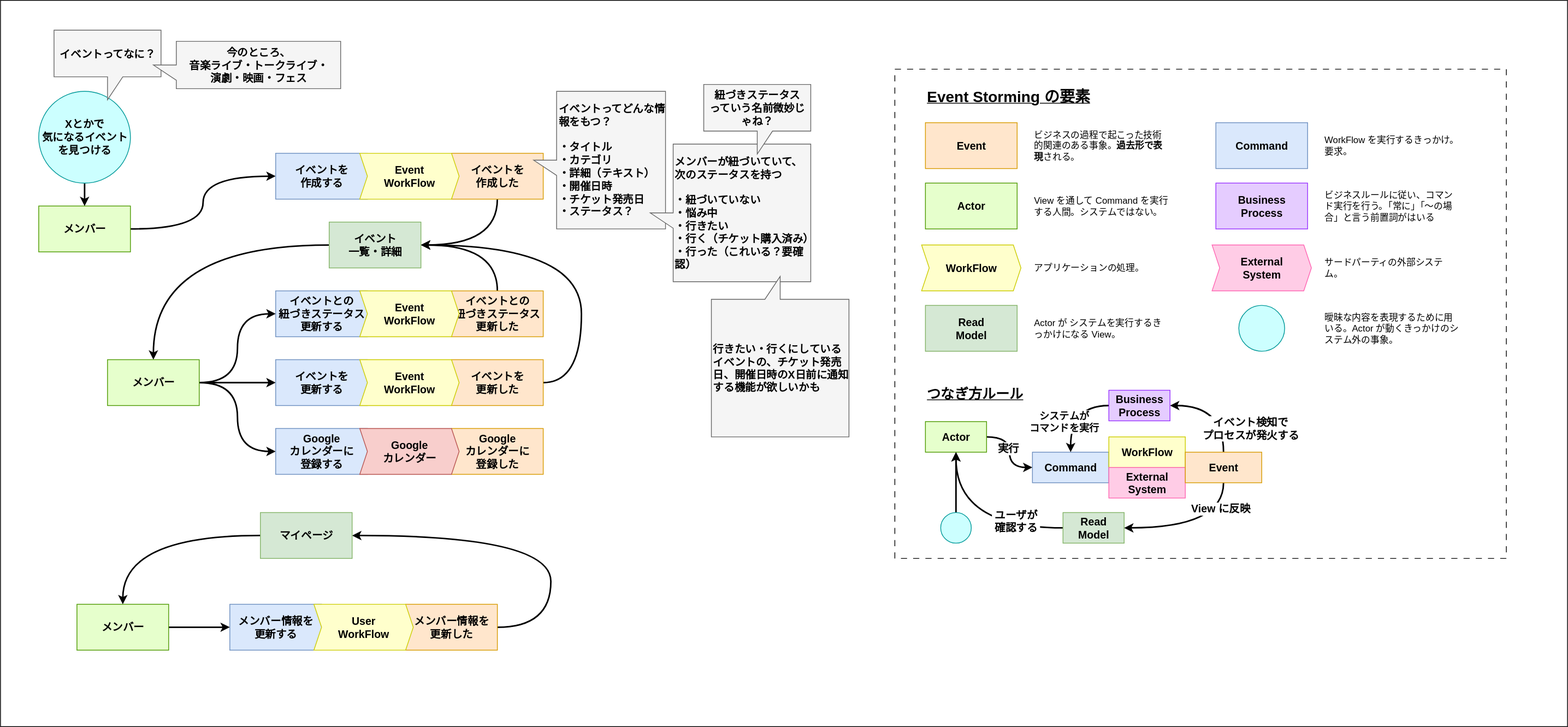
Above: event_storming.drawio.svg in nw-union/betree (draw.io), before the change. Source tidied: cells renumbered, new cells last; positions are measured from the earlier drawing's top-left corner, leaving out a move shared by most shapes.
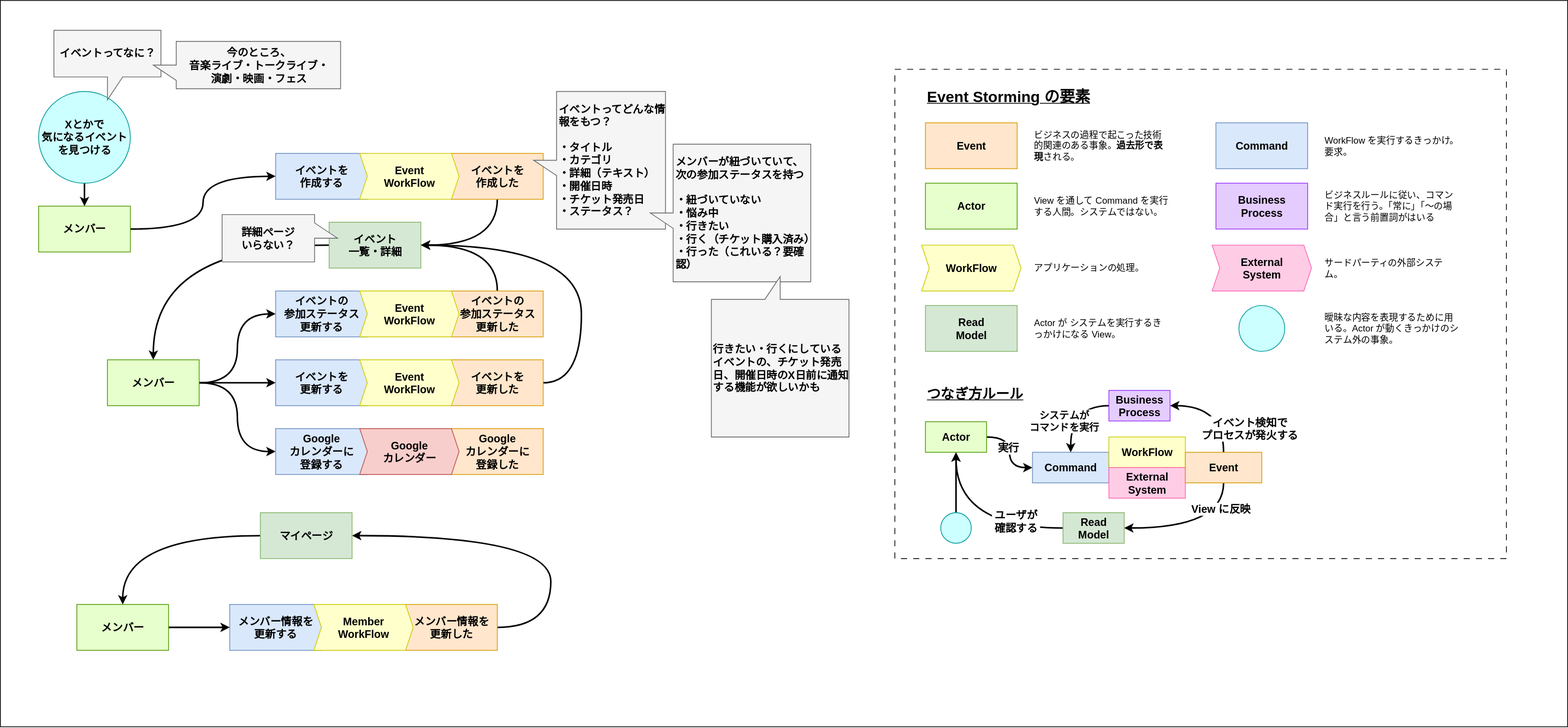
The same diagram one commit later.

Change to the diagram source:
```diff
@@ -115,7 +115,7 @@
     <mxCell id="36" style="edgeStyle=orthogonalEdgeStyle;rounded=0;jettySize=auto;html=1;entryX=1;entryY=0.5;entryDx=0;entryDy=0;curved=1;strokeWidth=2;exitX=0.5;exitY=0;exitDx=0;exitDy=0;" parent="1" edge="1" source="37" target="46">
       <mxGeometry relative="1" as="geometry" />
     </mxCell>
-    <mxCell id="37" value="&lt;span style=&quot;font-size: 14px;&quot;&gt;&lt;b&gt;イベントとの&lt;/b&gt;&lt;/span&gt;&lt;div&gt;&lt;span style=&quot;font-size: 14px;&quot;&gt;&lt;b&gt;紐づきステータス&lt;/b&gt;&lt;/span&gt;&lt;/div&gt;&lt;div&gt;&lt;span style=&quot;font-size: 14px;&quot;&gt;&lt;b&gt;更新した&lt;/b&gt;&lt;/span&gt;&lt;/div&gt;" style="rounded=0;whiteSpace=wrap;html=1;fillColor=#ffe6cc;strokeColor=#d79b00;" parent="1" vertex="1">
+    <mxCell id="37" value="&lt;span style=&quot;font-size: 14px;&quot;&gt;&lt;b&gt;イベントの&lt;/b&gt;&lt;/span&gt;&lt;div&gt;&lt;span style=&quot;font-size: 14px;&quot;&gt;&lt;b&gt;参加ステータス&lt;/b&gt;&lt;/span&gt;&lt;/div&gt;&lt;div&gt;&lt;span style=&quot;font-size: 14px;&quot;&gt;&lt;b&gt;更新した&lt;/b&gt;&lt;/span&gt;&lt;/div&gt;" style="rounded=0;whiteSpace=wrap;html=1;fillColor=#ffe6cc;strokeColor=#d79b00;" parent="1" vertex="1">
       <mxGeometry x="590" y="380" width="120" height="60" as="geometry" />
     </mxCell>
     <mxCell id="38" style="edgeStyle=orthogonalEdgeStyle;rounded=0;jettySize=auto;html=1;entryX=1;entryY=0.5;entryDx=0;entryDy=0;curved=1;exitX=0.5;exitY=1;exitDx=0;exitDy=0;strokeWidth=2;" parent="1" edge="1" source="39" target="46">
@@ -133,7 +133,7 @@
     <mxCell id="42" value="&lt;span style=&quot;font-size: 14px;&quot;&gt;&lt;b&gt;イベントを&lt;/b&gt;&lt;/span&gt;&lt;div&gt;&lt;span style=&quot;font-size: 14px;&quot;&gt;&lt;b&gt;作成する&lt;/b&gt;&lt;/span&gt;&lt;/div&gt;" style="rounded=0;whiteSpace=wrap;html=1;fillColor=#dae8fc;strokeColor=#6c8ebf;" parent="1" vertex="1">
       <mxGeometry x="360" y="200" width="120" height="60" as="geometry" />
     </mxCell>
-    <mxCell id="43" value="&lt;span style=&quot;font-size: 14px;&quot;&gt;&lt;b&gt;イベントとの&lt;/b&gt;&lt;/span&gt;&lt;div&gt;&lt;span style=&quot;font-size: 14px;&quot;&gt;&lt;b&gt;紐づきステータス&lt;/b&gt;&lt;/span&gt;&lt;/div&gt;&lt;div&gt;&lt;span style=&quot;font-size: 14px;&quot;&gt;&lt;b&gt;更新する&lt;/b&gt;&lt;/span&gt;&lt;/div&gt;" style="rounded=0;whiteSpace=wrap;html=1;fillColor=#dae8fc;strokeColor=#6c8ebf;" parent="1" vertex="1">
+    <mxCell id="43" value="&lt;span style=&quot;font-size: 14px;&quot;&gt;&lt;b&gt;イベントの&lt;/b&gt;&lt;/span&gt;&lt;div&gt;&lt;span style=&quot;font-size: 14px;&quot;&gt;&lt;b&gt;参加ステータス&lt;/b&gt;&lt;/span&gt;&lt;/div&gt;&lt;div&gt;&lt;span style=&quot;font-size: 14px;&quot;&gt;&lt;b&gt;更新する&lt;/b&gt;&lt;/span&gt;&lt;/div&gt;" style="rounded=0;whiteSpace=wrap;html=1;fillColor=#dae8fc;strokeColor=#6c8ebf;" parent="1" vertex="1">
       <mxGeometry x="360" y="380" width="120" height="60" as="geometry" />
     </mxCell>
     <mxCell id="44" style="edgeStyle=orthogonalEdgeStyle;rounded=0;jettySize=auto;html=1;entryX=0.5;entryY=0;entryDx=0;entryDy=0;strokeWidth=2;exitX=0.5;exitY=1;exitDx=0;exitDy=0;" parent="1" edge="1" source="58" target="41">
@@ -190,7 +190,7 @@
     <mxCell id="61" value="&lt;font color=&quot;#000000&quot;&gt;&lt;span style=&quot;font-size: 14px;&quot;&gt;&lt;b&gt;イベントってどんな情報をもつ？&lt;/b&gt;&lt;/span&gt;&lt;/font&gt;&lt;div&gt;&lt;font color=&quot;#000000&quot;&gt;&lt;span style=&quot;font-size: 14px;&quot;&gt;&lt;b&gt;&lt;br&gt;&lt;/b&gt;&lt;/span&gt;&lt;/font&gt;&lt;div&gt;&lt;font color=&quot;#000000&quot;&gt;&lt;span style=&quot;font-size: 14px;&quot;&gt;&lt;b&gt;・タイトル&lt;/b&gt;&lt;/span&gt;&lt;/font&gt;&lt;/div&gt;&lt;div style=&quot;&quot;&gt;&lt;font color=&quot;#000000&quot;&gt;&lt;span style=&quot;font-size: 14px;&quot;&gt;&lt;b&gt;・カテゴリ&lt;/b&gt;&lt;/span&gt;&lt;/font&gt;&lt;/div&gt;&lt;div style=&quot;&quot;&gt;&lt;font color=&quot;#000000&quot;&gt;&lt;span style=&quot;font-size: 14px;&quot;&gt;&lt;b&gt;・詳細（テキスト）&lt;/b&gt;&lt;/span&gt;&lt;/font&gt;&lt;/div&gt;&lt;div style=&quot;&quot;&gt;&lt;font color=&quot;#000000&quot;&gt;&lt;span style=&quot;font-size: 14px;&quot;&gt;&lt;b&gt;・開催日時&lt;/b&gt;&lt;/span&gt;&lt;/font&gt;&lt;/div&gt;&lt;div style=&quot;&quot;&gt;&lt;font color=&quot;#000000&quot;&gt;&lt;span style=&quot;font-size: 14px;&quot;&gt;&lt;b&gt;・チケット発売日&lt;/b&gt;&lt;/span&gt;&lt;/font&gt;&lt;/div&gt;&lt;/div&gt;&lt;div style=&quot;&quot;&gt;&lt;font color=&quot;#000000&quot;&gt;&lt;span style=&quot;font-size: 14px;&quot;&gt;&lt;b&gt;・ステータス？&lt;/b&gt;&lt;/span&gt;&lt;/font&gt;&lt;/div&gt;" style="shape=callout;whiteSpace=wrap;html=1;perimeter=calloutPerimeter;fillColor=#f5f5f5;fontColor=#333333;strokeColor=#666666;base=20;direction=south;align=left;" parent="1" vertex="1">
       <mxGeometry x="697.5" y="119" width="172.5" height="180" as="geometry" />
     </mxCell>
-    <mxCell id="62" value="&lt;font color=&quot;#000000&quot;&gt;&lt;span style=&quot;font-size: 14px;&quot;&gt;&lt;b&gt;メンバーが紐づいていて、&lt;/b&gt;&lt;/span&gt;&lt;/font&gt;&lt;div&gt;&lt;font color=&quot;#000000&quot;&gt;&lt;span style=&quot;font-size: 14px;&quot;&gt;&lt;b&gt;次のステータスを持つ&lt;/b&gt;&lt;/span&gt;&lt;/font&gt;&lt;/div&gt;&lt;div&gt;&lt;font color=&quot;#000000&quot;&gt;&lt;span style=&quot;font-size: 14px;&quot;&gt;&lt;b&gt;&lt;br&gt;&lt;/b&gt;&lt;/span&gt;&lt;/font&gt;&lt;div&gt;&lt;font color=&quot;#000000&quot;&gt;&lt;span style=&quot;font-size: 14px;&quot;&gt;&lt;b&gt;・紐づいていない&lt;/b&gt;&lt;/span&gt;&lt;/font&gt;&lt;/div&gt;&lt;div&gt;&lt;font color=&quot;#000000&quot;&gt;&lt;span style=&quot;font-size: 14px;&quot;&gt;&lt;b&gt;・悩み中&lt;/b&gt;&lt;/span&gt;&lt;/font&gt;&lt;/div&gt;&lt;div&gt;&lt;font color=&quot;#000000&quot;&gt;&lt;span style=&quot;font-size: 14px;&quot;&gt;&lt;b&gt;・行きたい&lt;/b&gt;&lt;/span&gt;&lt;/font&gt;&lt;/div&gt;&lt;div&gt;&lt;font color=&quot;#000000&quot;&gt;&lt;span style=&quot;font-size: 14px;&quot;&gt;&lt;b&gt;・行く（チケット購入済み）&lt;/b&gt;&lt;/span&gt;&lt;/font&gt;&lt;/div&gt;&lt;div&gt;&lt;font color=&quot;#000000&quot;&gt;&lt;span style=&quot;font-size: 14px;&quot;&gt;&lt;b&gt;・行った（これいる？要確認）&lt;/b&gt;&lt;/span&gt;&lt;/font&gt;&lt;/div&gt;&lt;/div&gt;" style="shape=callout;whiteSpace=wrap;html=1;perimeter=calloutPerimeter;fillColor=#f5f5f5;fontColor=#333333;strokeColor=#666666;base=20;direction=south;align=left;" parent="1" vertex="1">
+    <mxCell id="62" value="&lt;font color=&quot;#000000&quot;&gt;&lt;span style=&quot;font-size: 14px;&quot;&gt;&lt;b&gt;メンバーが紐づいていて、&lt;/b&gt;&lt;/span&gt;&lt;/font&gt;&lt;div&gt;&lt;font color=&quot;#000000&quot;&gt;&lt;span style=&quot;font-size: 14px;&quot;&gt;&lt;b&gt;次の参加ステータスを持つ&lt;/b&gt;&lt;/span&gt;&lt;/font&gt;&lt;/div&gt;&lt;div&gt;&lt;font color=&quot;#000000&quot;&gt;&lt;span style=&quot;font-size: 14px;&quot;&gt;&lt;b&gt;&lt;br&gt;&lt;/b&gt;&lt;/span&gt;&lt;/font&gt;&lt;div&gt;&lt;font color=&quot;#000000&quot;&gt;&lt;span style=&quot;font-size: 14px;&quot;&gt;&lt;b&gt;・紐づいていない&lt;/b&gt;&lt;/span&gt;&lt;/font&gt;&lt;/div&gt;&lt;div&gt;&lt;font color=&quot;#000000&quot;&gt;&lt;span style=&quot;font-size: 14px;&quot;&gt;&lt;b&gt;・悩み中&lt;/b&gt;&lt;/span&gt;&lt;/font&gt;&lt;/div&gt;&lt;div&gt;&lt;font color=&quot;#000000&quot;&gt;&lt;span style=&quot;font-size: 14px;&quot;&gt;&lt;b&gt;・行きたい&lt;/b&gt;&lt;/span&gt;&lt;/font&gt;&lt;/div&gt;&lt;div&gt;&lt;font color=&quot;#000000&quot;&gt;&lt;span style=&quot;font-size: 14px;&quot;&gt;&lt;b&gt;・行く（チケット購入済み）&lt;/b&gt;&lt;/span&gt;&lt;/font&gt;&lt;/div&gt;&lt;div&gt;&lt;font color=&quot;#000000&quot;&gt;&lt;span style=&quot;font-size: 14px;&quot;&gt;&lt;b&gt;・行った（これいる？要確認）&lt;/b&gt;&lt;/span&gt;&lt;/font&gt;&lt;/div&gt;&lt;/div&gt;" style="shape=callout;whiteSpace=wrap;html=1;perimeter=calloutPerimeter;fillColor=#f5f5f5;fontColor=#333333;strokeColor=#666666;base=20;direction=south;align=left;" parent="1" vertex="1">
       <mxGeometry x="850" y="188" width="210" height="180" as="geometry" />
     </mxCell>
     <mxCell id="63" style="edgeStyle=orthogonalEdgeStyle;rounded=0;jettySize=auto;html=1;curved=1;strokeWidth=2;" parent="1" edge="1" source="64">
@@ -234,7 +234,7 @@
     <mxCell id="72" value="&lt;span style=&quot;font-size: 14px;&quot;&gt;&lt;b&gt;メンバー情報を&lt;/b&gt;&lt;/span&gt;&lt;div&gt;&lt;span style=&quot;font-size: 14px;&quot;&gt;&lt;b&gt;更新する&lt;/b&gt;&lt;/span&gt;&lt;/div&gt;" style="rounded=0;whiteSpace=wrap;html=1;fillColor=#dae8fc;strokeColor=#6c8ebf;" parent="1" vertex="1">
       <mxGeometry x="300" y="790" width="120" height="60" as="geometry" />
     </mxCell>
-    <mxCell id="73" value="&lt;div&gt;&lt;b style=&quot;background-color: transparent; color: light-dark(rgb(0, 0, 0), rgb(255, 255, 255));&quot;&gt;&lt;font style=&quot;font-size: 14px;&quot;&gt;User&lt;/font&gt;&lt;/b&gt;&lt;/div&gt;&lt;div&gt;&lt;b style=&quot;background-color: transparent; color: light-dark(rgb(0, 0, 0), rgb(255, 255, 255));&quot;&gt;&lt;font style=&quot;font-size: 14px;&quot;&gt;WorkFlow&lt;/font&gt;&lt;/b&gt;&lt;/div&gt;" style="shape=step;perimeter=stepPerimeter;whiteSpace=wrap;html=1;fixedSize=1;fillColor=#FFFFCC;strokeColor=#CCCC00;size=10;" parent="1" vertex="1">
+    <mxCell id="73" value="&lt;div&gt;&lt;span style=&quot;font-size: 14px;&quot;&gt;&lt;b&gt;Member&lt;/b&gt;&lt;/span&gt;&lt;/div&gt;&lt;div&gt;&lt;b style=&quot;background-color: transparent; color: light-dark(rgb(0, 0, 0), rgb(255, 255, 255));&quot;&gt;&lt;font style=&quot;font-size: 14px;&quot;&gt;WorkFlow&lt;/font&gt;&lt;/b&gt;&lt;/div&gt;" style="shape=step;perimeter=stepPerimeter;whiteSpace=wrap;html=1;fixedSize=1;fillColor=#FFFFCC;strokeColor=#CCCC00;size=10;" parent="1" vertex="1">
       <mxGeometry x="410" y="790" width="130" height="60" as="geometry" />
     </mxCell>
     <mxCell id="74" style="edgeStyle=orthogonalEdgeStyle;rounded=0;jettySize=auto;html=1;curved=1;strokeWidth=2;" parent="1" edge="1" source="75" target="72">
@@ -252,8 +252,8 @@
     <mxCell id="78" value="&lt;font color=&quot;#000000&quot;&gt;&lt;span style=&quot;font-size: 14px;&quot;&gt;&lt;b&gt;行きたい・行くにしているイベントの、チケット発売日、開催日時のX日前に通知する機能が欲しいかも&lt;/b&gt;&lt;/span&gt;&lt;/font&gt;" style="shape=callout;whiteSpace=wrap;html=1;perimeter=calloutPerimeter;fillColor=#f5f5f5;fontColor=#333333;strokeColor=#666666;base=20;direction=west;align=left;" parent="1" vertex="1">
       <mxGeometry x="930" y="361" width="180" height="210" as="geometry" />
     </mxCell>
-    <mxCell id="79" value="&lt;font color=&quot;#000000&quot;&gt;&lt;span style=&quot;font-size: 14px;&quot;&gt;&lt;b&gt;紐づきステータス&lt;/b&gt;&lt;/span&gt;&lt;/font&gt;&lt;div&gt;&lt;font color=&quot;#000000&quot;&gt;&lt;span style=&quot;font-size: 14px;&quot;&gt;&lt;b&gt;っていう名前微妙じゃね？&lt;/b&gt;&lt;/span&gt;&lt;/font&gt;&lt;/div&gt;" style="shape=callout;whiteSpace=wrap;html=1;perimeter=calloutPerimeter;fillColor=#f5f5f5;fontColor=#333333;strokeColor=#666666;base=20;" parent="1" vertex="1">
-      <mxGeometry x="920" y="110" width="140" height="91" as="geometry" />
-    </mxCell>
+    <mxCell id="80" value="&lt;font color=&quot;#000000&quot;&gt;&lt;span style=&quot;font-size: 14px;&quot;&gt;&lt;b&gt;詳細ページ&lt;/b&gt;&lt;/span&gt;&lt;/font&gt;&lt;div&gt;&lt;font color=&quot;#000000&quot;&gt;&lt;span style=&quot;font-size: 14px;&quot;&gt;&lt;b&gt;いらない？&lt;/b&gt;&lt;/span&gt;&lt;/font&gt;&lt;/div&gt;" style="shape=callout;whiteSpace=wrap;html=1;perimeter=calloutPerimeter;fillColor=#f5f5f5;fontColor=#333333;strokeColor=#666666;base=20;direction=north;" parent="1" vertex="1">
+      <mxGeometry x="290" y="280" width="151" height="62" as="geometry" />
+    </mxCell>
   </root>
 </mxGraphModel>
```
